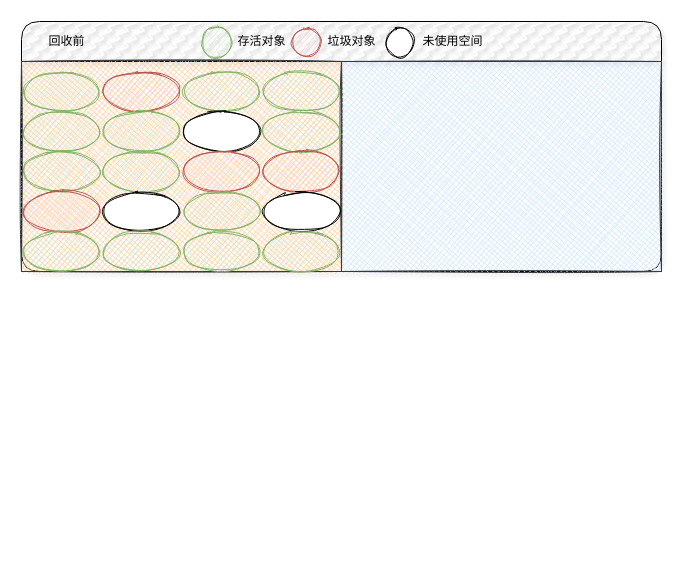
Earlier version of the draw.io diagram draw/jvm/垃圾回收算法-标记整理.drawio (Thechc/materials). Source tidied: cells renumbered, new cells numbered last; positions are measured from the earlier drawing's top-left corner, leaving out a move shared by most shapes. Both pictures are drawn from the tidied source at 100%, with x=0, y=0 at pixel (21, 21).
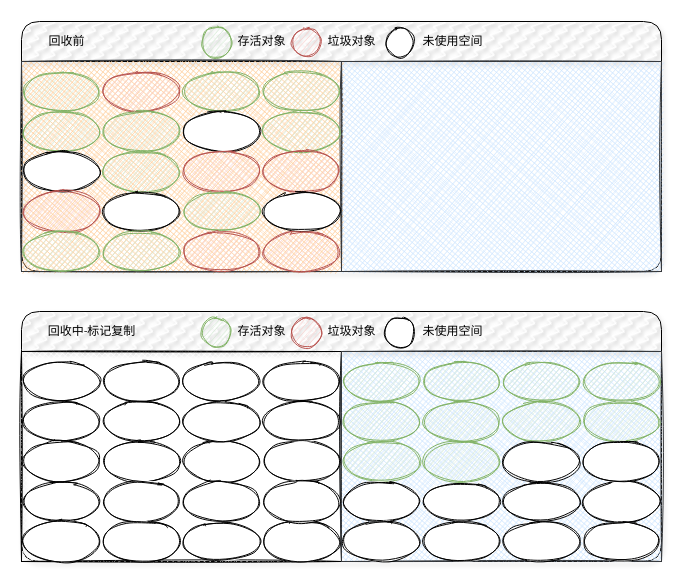
The same page after the edit.

Commit message:
Update 垃圾回收算法-标记整理.drawio

The edit, as a diff of the source:
```diff
@@
-    <mxCell id="20" style="ellipse;whiteSpace=wrap;html=1;shadow=0;sketch=1;fillStyle=auto;fillColor=#d5e8d4;gradientDirection=west;strokeColor=#82b366;" parent="1" vertex="1">
+    <mxCell id="20" style="ellipse;whiteSpace=wrap;html=1;shadow=0;sketch=1;fillStyle=auto;gradientDirection=west;" parent="1" vertex="1">
       <mxGeometry y="130" width="80" height="40" as="geometry" />
     </mxCell>
@@
-    <mxCell id="30" style="ellipse;whiteSpace=wrap;html=1;shadow=0;sketch=1;fillStyle=auto;fillColor=#d5e8d4;gradientDirection=west;strokeColor=#82b366;" parent="1" vertex="1">
+    <mxCell id="30" style="ellipse;whiteSpace=wrap;html=1;shadow=0;sketch=1;fillStyle=auto;fillColor=#f8cecc;gradientDirection=west;strokeColor=#b85450;" parent="1" vertex="1">
       <mxGeometry x="160" y="210" width="80" height="40" as="geometry" />
     </mxCell>
-    <mxCell id="31" style="ellipse;whiteSpace=wrap;html=1;shadow=0;sketch=1;fillStyle=auto;fillColor=#d5e8d4;gradientDirection=west;strokeColor=#82b366;" parent="1" vertex="1">
+    <mxCell id="31" style="ellipse;whiteSpace=wrap;html=1;shadow=0;sketch=1;fillStyle=auto;fillColor=#f8cecc;gradientDirection=west;strokeColor=#b85450;" parent="1" vertex="1">
       <mxGeometry x="240" y="210" width="80" height="40" as="geometry" />
     </mxCell>
+    <mxCell id="32" style="swimlane;shadow=1;sketch=0;fillStyle=zigzag-line;fillColor=default;gradientColor=none;gradientDirection=west;startSize=40;rounded=1;" parent="1" vertex="1">
+      <mxGeometry y="290" width="640" height="250" as="geometry" />
+    </mxCell>
+    <mxCell id="33" style="ellipse;whiteSpace=wrap;html=1;shadow=0;sketch=1;fillStyle=auto;fillColor=#d5e8d4;gradientDirection=west;strokeColor=#82b366;" parent="32" vertex="1">
+      <mxGeometry x="180" y="6" width="30" height="30" as="geometry" />
+    </mxCell>
+    <mxCell id="34" style="ellipse;whiteSpace=wrap;html=1;shadow=0;sketch=1;fillStyle=auto;fillColor=#f8cecc;gradientDirection=west;strokeColor=#b85450;" parent="32" vertex="1">
+      <mxGeometry x="270" y="6" width="30" height="30" as="geometry" />
+    </mxCell>
+    <mxCell id="35" style="ellipse;whiteSpace=wrap;html=1;shadow=0;sketch=1;fillStyle=auto;gradientDirection=west;" parent="32" vertex="1">
+      <mxGeometry x="363.5" y="6" width="30" height="30" as="geometry" />
+    </mxCell>
+    <mxCell id="36" value="回收中-标记复制" style="text;html=1;align=center;verticalAlign=middle;strokeColor=none;fillColor=none;fontFamily=Comic Sans MS;" parent="32" vertex="1">
+      <mxGeometry x="20" y="11" width="100" height="20" as="geometry" />
+    </mxCell>
+    <mxCell id="37" style="rounded=0;whiteSpace=wrap;html=1;sketch=1;fillStyle=cross-hatch;" parent="32" vertex="1">
+      <mxGeometry y="40" width="320" height="210" as="geometry" />
+    </mxCell>
+    <mxCell id="38" value="存活对象" style="text;html=1;align=center;verticalAlign=middle;strokeColor=none;fillColor=none;fontFamily=Comic Sans MS;" parent="32" vertex="1">
+      <mxGeometry x="210" y="11" width="60" height="20" as="geometry" />
+    </mxCell>
+    <mxCell id="39" value="垃圾对象" style="text;html=1;align=center;verticalAlign=middle;strokeColor=none;fillColor=none;fontFamily=Comic Sans MS;" parent="32" vertex="1">
+      <mxGeometry x="300" y="11" width="60" height="20" as="geometry" />
+    </mxCell>
+    <mxCell id="40" value="未使用空间" style="text;html=1;align=center;verticalAlign=middle;strokeColor=none;fillColor=none;fontFamily=Comic Sans MS;" parent="32" vertex="1">
+      <mxGeometry x="390.5" y="11" width="80" height="20" as="geometry" />
+    </mxCell>
+    <mxCell id="41" style="rounded=0;whiteSpace=wrap;html=1;sketch=1;fillColor=#cce5ff;strokeColor=#36393d;fillStyle=cross-hatch;" parent="32" vertex="1">
+      <mxGeometry x="320" y="40" width="320" height="210" as="geometry" />
+    </mxCell>
+    <mxCell id="42" style="ellipse;whiteSpace=wrap;html=1;shadow=0;sketch=1;fillStyle=auto;fillColor=#d5e8d4;gradientDirection=west;strokeColor=#82b366;" parent="32" vertex="1">
+      <mxGeometry x="320" y="50" width="80" height="40" as="geometry" />
+    </mxCell>
+    <mxCell id="43" style="ellipse;whiteSpace=wrap;html=1;shadow=0;sketch=1;fillStyle=auto;fillColor=#d5e8d4;gradientDirection=west;strokeColor=#82b366;" parent="32" vertex="1">
+      <mxGeometry x="400" y="50" width="80" height="40" as="geometry" />
+    </mxCell>
+    <mxCell id="44" style="ellipse;whiteSpace=wrap;html=1;shadow=0;sketch=1;fillStyle=auto;fillColor=#d5e8d4;gradientDirection=west;strokeColor=#82b366;" parent="32" vertex="1">
+      <mxGeometry x="480" y="50" width="80" height="40" as="geometry" />
+    </mxCell>
+    <mxCell id="45" style="ellipse;whiteSpace=wrap;html=1;shadow=0;sketch=1;fillStyle=auto;fillColor=#d5e8d4;gradientDirection=west;strokeColor=#82b366;" parent="32" vertex="1">
+      <mxGeometry x="560" y="50" width="80" height="40" as="geometry" />
+    </mxCell>
+    <mxCell id="46" style="ellipse;whiteSpace=wrap;html=1;shadow=0;sketch=1;fillStyle=auto;fillColor=#d5e8d4;gradientDirection=west;strokeColor=#82b366;" parent="32" vertex="1">
+      <mxGeometry x="320" y="90" width="80" height="40" as="geometry" />
+    </mxCell>
+    <mxCell id="47" style="ellipse;whiteSpace=wrap;html=1;shadow=0;sketch=1;fillStyle=auto;fillColor=#d5e8d4;gradientDirection=west;strokeColor=#82b366;" parent="32" vertex="1">
+      <mxGeometry x="400" y="90" width="80" height="40" as="geometry" />
+    </mxCell>
+    <mxCell id="48" style="ellipse;whiteSpace=wrap;html=1;shadow=0;sketch=1;fillStyle=auto;fillColor=#d5e8d4;gradientDirection=west;strokeColor=#82b366;" parent="32" vertex="1">
+      <mxGeometry x="480" y="90" width="80" height="40" as="geometry" />
+    </mxCell>
+    <mxCell id="49" style="ellipse;whiteSpace=wrap;html=1;shadow=0;sketch=1;fillStyle=auto;fillColor=#d5e8d4;gradientDirection=west;strokeColor=#82b366;" parent="32" vertex="1">
+      <mxGeometry x="560" y="90" width="80" height="40" as="geometry" />
+    </mxCell>
+    <mxCell id="50" style="ellipse;whiteSpace=wrap;html=1;shadow=0;sketch=1;fillStyle=auto;fillColor=#d5e8d4;gradientDirection=west;strokeColor=#82b366;" parent="32" vertex="1">
+      <mxGeometry x="320" y="130" width="80" height="40" as="geometry" />
+    </mxCell>
+    <mxCell id="51" style="ellipse;whiteSpace=wrap;html=1;shadow=0;sketch=1;fillStyle=auto;fillColor=#d5e8d4;gradientDirection=west;strokeColor=#82b366;" parent="32" vertex="1">
+      <mxGeometry x="400" y="130" width="80" height="40" as="geometry" />
+    </mxCell>
+    <mxCell id="52" style="ellipse;whiteSpace=wrap;html=1;shadow=0;sketch=1;fillStyle=auto;gradientDirection=west;" parent="32" vertex="1">
+      <mxGeometry x="80" y="50" width="80" height="40" as="geometry" />
+    </mxCell>
+    <mxCell id="53" style="ellipse;whiteSpace=wrap;html=1;shadow=0;sketch=1;fillStyle=auto;gradientDirection=west;" parent="32" vertex="1">
+      <mxGeometry x="240" y="130" width="80" height="40" as="geometry" />
+    </mxCell>
+    <mxCell id="54" style="ellipse;whiteSpace=wrap;html=1;shadow=0;sketch=1;fillStyle=auto;gradientDirection=west;" parent="32" vertex="1">
+      <mxGeometry x="160" y="130" width="80" height="40" as="geometry" />
+    </mxCell>
+    <mxCell id="55" style="ellipse;whiteSpace=wrap;html=1;shadow=0;sketch=1;fillStyle=auto;gradientDirection=west;" parent="32" vertex="1">
+      <mxGeometry x="240" y="210" width="80" height="40" as="geometry" />
+    </mxCell>
+    <mxCell id="56" style="ellipse;whiteSpace=wrap;html=1;shadow=0;sketch=1;fillStyle=auto;gradientDirection=west;" parent="32" vertex="1">
+      <mxGeometry x="160" y="210" width="80" height="40" as="geometry" />
+    </mxCell>
+    <mxCell id="57" style="ellipse;whiteSpace=wrap;html=1;shadow=0;sketch=1;fillStyle=auto;gradientDirection=west;" parent="32" vertex="1">
+      <mxGeometry y="170" width="80" height="40" as="geometry" />
+    </mxCell>
+    <mxCell id="58" style="ellipse;whiteSpace=wrap;html=1;shadow=0;sketch=1;fillStyle=auto;gradientDirection=west;" parent="32" vertex="1">
+      <mxGeometry y="50" width="80" height="40" as="geometry" />
+    </mxCell>
+    <mxCell id="59" style="ellipse;whiteSpace=wrap;html=1;shadow=0;sketch=1;fillStyle=auto;gradientDirection=west;" parent="32" vertex="1">
+      <mxGeometry x="240" y="50" width="80" height="40" as="geometry" />
+    </mxCell>
+    <mxCell id="60" style="ellipse;whiteSpace=wrap;html=1;shadow=0;sketch=1;fillStyle=auto;gradientDirection=west;" parent="32" vertex="1">
+      <mxGeometry x="160" y="50" width="80" height="40" as="geometry" />
+    </mxCell>
+    <mxCell id="61" style="ellipse;whiteSpace=wrap;html=1;shadow=0;sketch=1;fillStyle=auto;gradientDirection=west;" parent="32" vertex="1">
+      <mxGeometry x="80" y="90" width="80" height="40" as="geometry" />
+    </mxCell>
+    <mxCell id="62" style="ellipse;whiteSpace=wrap;html=1;shadow=0;sketch=1;fillStyle=auto;gradientDirection=west;" parent="32" vertex="1">
+      <mxGeometry y="90" width="80" height="40" as="geometry" />
+    </mxCell>
+    <mxCell id="63" style="ellipse;whiteSpace=wrap;html=1;shadow=0;sketch=1;fillStyle=auto;gradientDirection=west;" parent="32" vertex="1">
+      <mxGeometry x="240" y="90" width="80" height="40" as="geometry" />
+    </mxCell>
+    <mxCell id="64" style="ellipse;whiteSpace=wrap;html=1;shadow=0;sketch=1;fillStyle=auto;gradientDirection=west;" parent="32" vertex="1">
+      <mxGeometry x="160" y="90" width="80" height="40" as="geometry" />
+    </mxCell>
+    <mxCell id="65" style="ellipse;whiteSpace=wrap;html=1;shadow=0;sketch=1;fillStyle=auto;gradientDirection=west;" parent="32" vertex="1">
+      <mxGeometry x="80" y="130" width="80" height="40" as="geometry" />
+    </mxCell>
+    <mxCell id="66" style="ellipse;whiteSpace=wrap;html=1;shadow=0;sketch=1;fillStyle=auto;gradientDirection=west;" parent="32" vertex="1">
+      <mxGeometry y="130" width="80" height="40" as="geometry" />
+    </mxCell>
+    <mxCell id="67" style="ellipse;whiteSpace=wrap;html=1;shadow=0;sketch=1;fillStyle=auto;gradientDirection=west;" parent="32" vertex="1">
+      <mxGeometry x="160" y="170" width="80" height="40" as="geometry" />
+    </mxCell>
+    <mxCell id="68" style="ellipse;whiteSpace=wrap;html=1;shadow=0;sketch=1;fillStyle=auto;gradientDirection=west;" parent="32" vertex="1">
+      <mxGeometry x="80" y="170" width="80" height="40" as="geometry" />
+    </mxCell>
+    <mxCell id="69" style="ellipse;whiteSpace=wrap;html=1;shadow=0;sketch=1;fillStyle=auto;gradientDirection=west;" parent="32" vertex="1">
+      <mxGeometry x="80" y="210" width="80" height="40" as="geometry" />
+    </mxCell>
+    <mxCell id="70" style="ellipse;whiteSpace=wrap;html=1;shadow=0;sketch=1;fillStyle=auto;gradientDirection=west;" parent="32" vertex="1">
+      <mxGeometry y="210" width="80" height="40" as="geometry" />
+    </mxCell>
+    <mxCell id="71" style="ellipse;whiteSpace=wrap;html=1;shadow=0;sketch=1;fillStyle=auto;gradientDirection=west;" parent="32" vertex="1">
+      <mxGeometry x="240" y="170" width="80" height="40" as="geometry" />
+    </mxCell>
+    <mxCell id="72" style="ellipse;whiteSpace=wrap;html=1;shadow=0;sketch=1;fillStyle=auto;gradientDirection=west;" parent="32" vertex="1">
+      <mxGeometry x="560" y="170" width="80" height="40" as="geometry" />
+    </mxCell>
+    <mxCell id="73" style="ellipse;whiteSpace=wrap;html=1;shadow=0;sketch=1;fillStyle=auto;gradientDirection=west;" parent="32" vertex="1">
+      <mxGeometry x="480" y="170" width="80" height="40" as="geometry" />
+    </mxCell>
+    <mxCell id="74" style="ellipse;whiteSpace=wrap;html=1;shadow=0;sketch=1;fillStyle=auto;gradientDirection=west;" parent="32" vertex="1">
+      <mxGeometry x="400" y="170" width="80" height="40" as="geometry" />
+    </mxCell>
+    <mxCell id="75" style="ellipse;whiteSpace=wrap;html=1;shadow=0;sketch=1;fillStyle=auto;gradientDirection=west;" parent="32" vertex="1">
+      <mxGeometry x="320" y="170" width="80" height="40" as="geometry" />
+    </mxCell>
+    <mxCell id="76" style="ellipse;whiteSpace=wrap;html=1;shadow=0;sketch=1;fillStyle=auto;gradientDirection=west;" parent="32" vertex="1">
+      <mxGeometry x="560" y="210" width="80" height="40" as="geometry" />
+    </mxCell>
+    <mxCell id="77" style="ellipse;whiteSpace=wrap;html=1;shadow=0;sketch=1;fillStyle=auto;gradientDirection=west;" parent="32" vertex="1">
+      <mxGeometry x="480" y="210" width="80" height="40" as="geometry" />
+    </mxCell>
+    <mxCell id="78" style="ellipse;whiteSpace=wrap;html=1;shadow=0;sketch=1;fillStyle=auto;gradientDirection=west;" parent="32" vertex="1">
+      <mxGeometry x="400" y="210" width="80" height="40" as="geometry" />
+    </mxCell>
+    <mxCell id="79" style="ellipse;whiteSpace=wrap;html=1;shadow=0;sketch=1;fillStyle=auto;gradientDirection=west;" parent="32" vertex="1">
+      <mxGeometry x="320" y="210" width="80" height="40" as="geometry" />
+    </mxCell>
+    <mxCell id="80" style="ellipse;whiteSpace=wrap;html=1;shadow=0;sketch=1;fillStyle=auto;gradientDirection=west;" parent="32" vertex="1">
+      <mxGeometry x="480" y="130" width="80" height="40" as="geometry" />
+    </mxCell>
+    <mxCell id="81" style="ellipse;whiteSpace=wrap;html=1;shadow=0;sketch=1;fillStyle=auto;gradientDirection=west;" parent="32" vertex="1">
+      <mxGeometry x="560" y="130" width="80" height="40" as="geometry" />
+    </mxCell>
```
